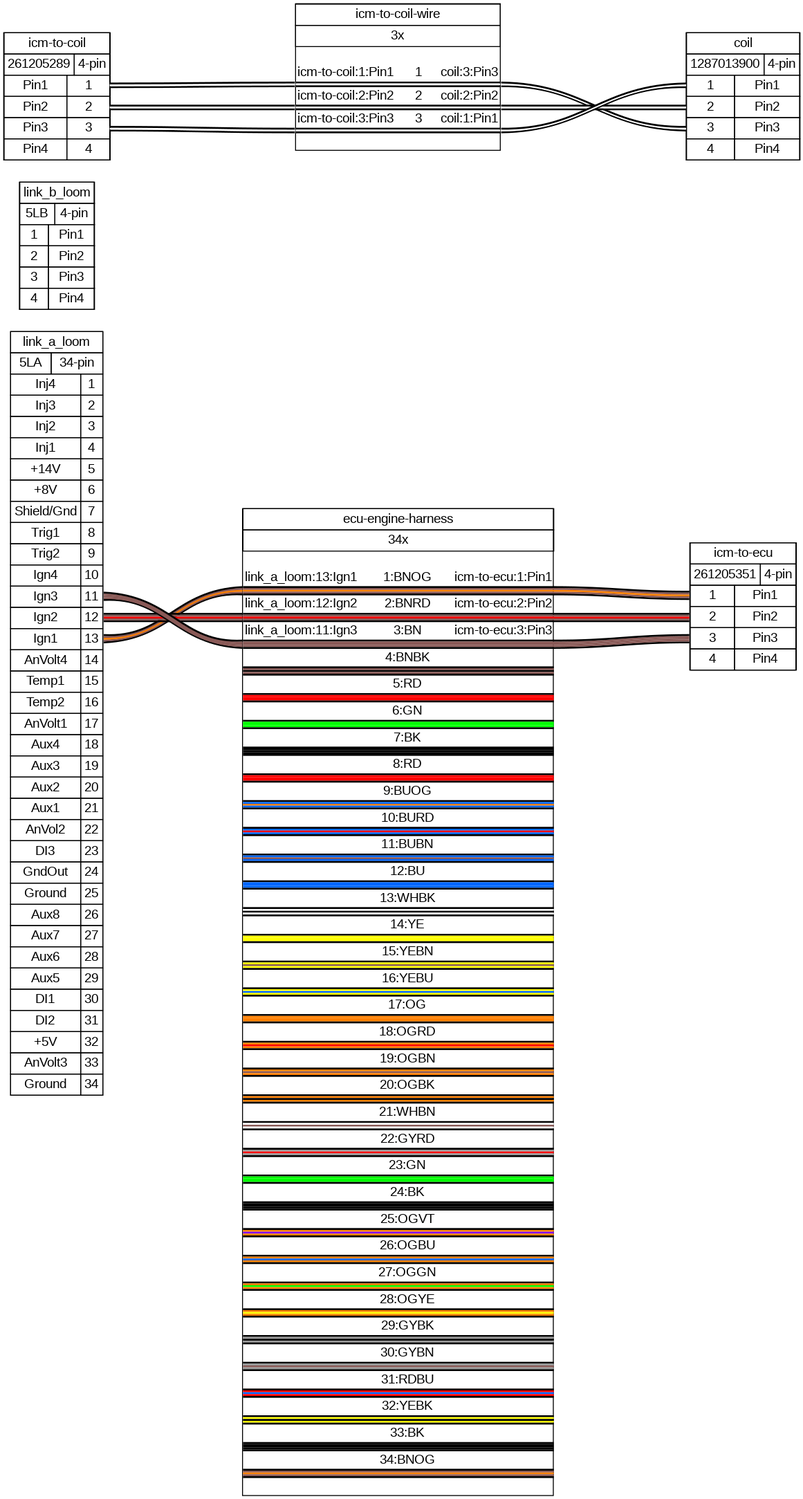
Above: corrado.png in djhedges/corrado_wiring (Graphviz), before the change. Its source is kept beside it as corrado.gv.
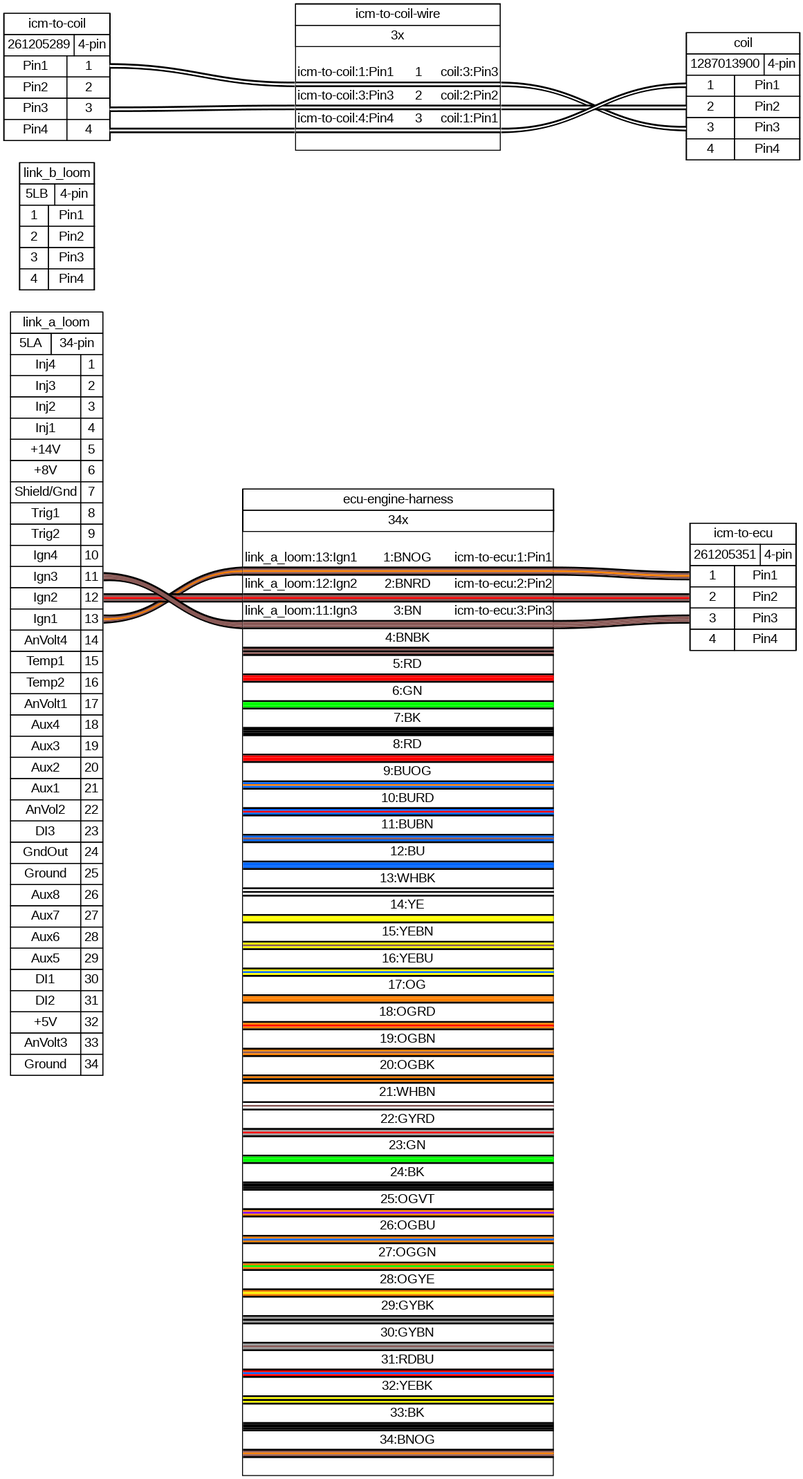
Above is the later version.

Diff of the diagram source:
```diff
@@ -942,10 +942,10 @@
 	"icm-to-coil":p1r:e -- "icm-to-coil-wire":w1:w
 	"icm-to-coil-wire":w1:e -- coil:p3l:w
 	edge [color="#000000:#ffffff:#000000"]
-	"icm-to-coil":p2r:e -- "icm-to-coil-wire":w2:w
+	"icm-to-coil":p3r:e -- "icm-to-coil-wire":w2:w
 	"icm-to-coil-wire":w2:e -- coil:p2l:w
 	edge [color="#000000:#ffffff:#000000"]
-	"icm-to-coil":p3r:e -- "icm-to-coil-wire":w3:w
+	"icm-to-coil":p4r:e -- "icm-to-coil-wire":w3:w
 	"icm-to-coil-wire":w3:e -- coil:p1l:w
 	"icm-to-coil-wire" [label=<
 <table border="0" cellspacing="0" cellpadding="0">
@@ -979,7 +979,7 @@
     </td>
    </tr>
    <tr>
-    <td>icm-to-coil:2:Pin2</td>
+    <td>icm-to-coil:3:Pin3</td>
     <td>
      2
     </td>
@@ -995,7 +995,7 @@
     </td>
    </tr>
    <tr>
-    <td>icm-to-coil:3:Pin3</td>
+    <td>icm-to-coil:4:Pin4</td>
     <td>
      3
     </td>
```
